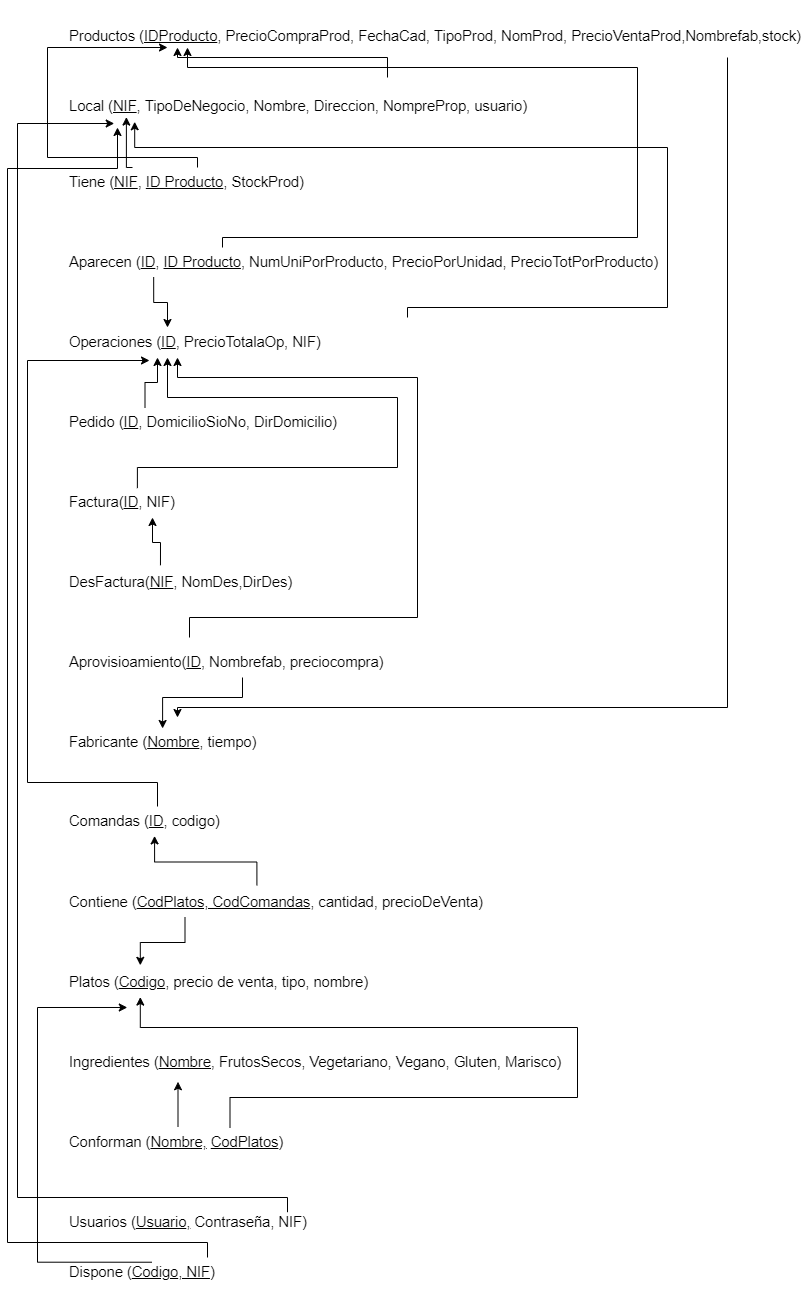
Above: tablas.png in oier-elorrieta/R3-ASIER-JONM-JONV-DDBB (draw.io), before the change. Source tidied: cells renumbered, new cells last; positions are measured from the earlier drawing's top-left corner, leaving out a move shared by most shapes.
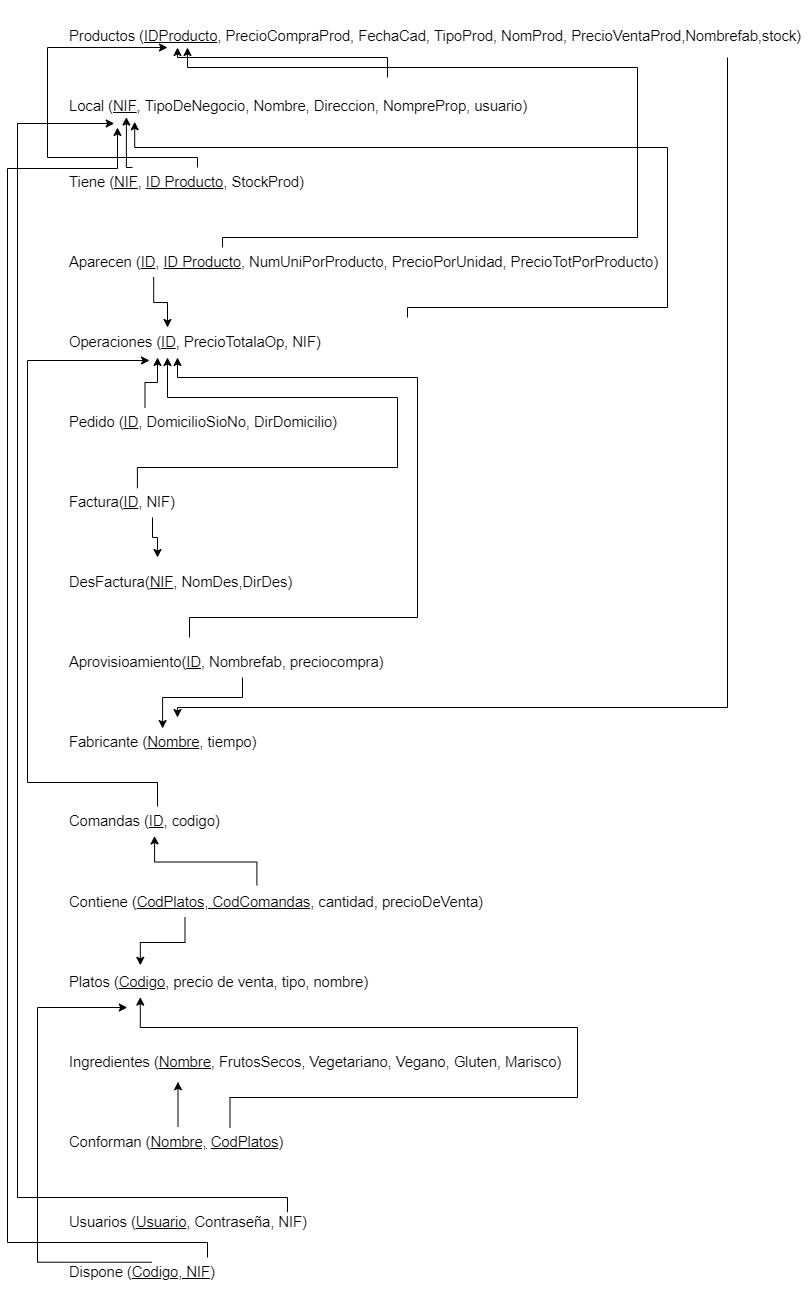
Later version of the same file.

Commit message:
ultimos cambios s2

Diff of the diagram source:
```diff
@@ -82,8 +82,10 @@
     <mxCell id="15" value="&lt;b style=&quot;font-weight: normal&quot; id=&quot;docs-internal-guid-ddbe1dc9-7fff-8814-adf1-9d277612bfec&quot;&gt;&lt;span style=&quot;font-size: 11pt ; font-family: &amp;#34;arial&amp;#34; ; color: rgb(0 , 0 , 0) ; background-color: transparent ; font-weight: 400 ; font-style: normal ; font-variant: normal ; text-decoration: none ; vertical-align: baseline&quot;&gt;Factura(&lt;/span&gt;&lt;span style=&quot;font-size: 11pt ; font-family: &amp;#34;arial&amp;#34; ; color: rgb(0 , 0 , 0) ; background-color: transparent ; font-weight: 400 ; font-style: normal ; font-variant: normal ; vertical-align: baseline&quot;&gt;&lt;u&gt;ID&lt;/u&gt;&lt;/span&gt;&lt;span style=&quot;font-size: 11pt ; font-family: &amp;#34;arial&amp;#34; ; color: rgb(0 , 0 , 0) ; background-color: transparent ; font-weight: 400 ; font-style: normal ; font-variant: normal ; text-decoration: none ; vertical-align: baseline&quot;&gt;, &lt;/span&gt;&lt;span style=&quot;font-size: 11pt ; font-family: &amp;#34;arial&amp;#34; ; color: rgb(0 , 0 , 0) ; background-color: transparent ; font-weight: 400 ; font-style: normal ; font-variant: normal ; vertical-align: baseline&quot;&gt;NIF&lt;/span&gt;&lt;span style=&quot;font-size: 11pt ; font-family: &amp;#34;arial&amp;#34; ; color: rgb(0 , 0 , 0) ; background-color: transparent ; font-weight: 400 ; font-style: normal ; font-variant: normal ; text-decoration: none ; vertical-align: baseline&quot;&gt;)&lt;/span&gt;&lt;/b&gt;" style="text;whiteSpace=wrap;html=1;" parent="1" vertex="1">
       <mxGeometry x="60" y="480" width="170" height="30" as="geometry" />
     </mxCell>
-    <mxCell id="16" style="edgeStyle=orthogonalEdgeStyle;rounded=0;jettySize=auto;html=1;exitX=0.332;exitY=-0.073;exitDx=0;exitDy=0;entryX=0.5;entryY=1;entryDx=0;entryDy=0;exitPerimeter=0;" parent="1" edge="1" source="17" target="15">
-      <mxGeometry relative="1" as="geometry" />
+    <mxCell id="16" style="edgeStyle=orthogonalEdgeStyle;rounded=0;jettySize=auto;html=1;exitX=0.5;exitY=1;exitDx=0;exitDy=0;" parent="1" edge="1" source="15">
+      <mxGeometry relative="1" as="geometry">
+        <mxPoint x="150" y="550" as="targetPoint" />
+      </mxGeometry>
     </mxCell>
     <mxCell id="17" value="&lt;b style=&quot;font-weight: normal&quot; id=&quot;docs-internal-guid-cd1f592c-7fff-bfaa-3653-a19afbb836e4&quot;&gt;&lt;span style=&quot;font-size: 11pt ; font-family: &amp;#34;arial&amp;#34; ; color: rgb(0 , 0 , 0) ; background-color: transparent ; font-weight: 400 ; font-style: normal ; font-variant: normal ; text-decoration: none ; vertical-align: baseline&quot;&gt;DesFactura(&lt;/span&gt;&lt;span style=&quot;font-size: 11pt ; font-family: &amp;#34;arial&amp;#34; ; color: rgb(0 , 0 , 0) ; background-color: transparent ; font-weight: 400 ; font-style: normal ; font-variant: normal ; vertical-align: baseline&quot;&gt;&lt;u&gt;NIF&lt;/u&gt;&lt;/span&gt;&lt;span style=&quot;font-size: 11pt ; font-family: &amp;#34;arial&amp;#34; ; color: rgb(0 , 0 , 0) ; background-color: transparent ; font-weight: 400 ; font-style: normal ; font-variant: normal ; text-decoration: none ; vertical-align: baseline&quot;&gt;, NomDes,DirDes)&lt;/span&gt;&lt;/b&gt;" style="text;whiteSpace=wrap;html=1;" parent="1" vertex="1">
       <mxGeometry x="60" y="560" width="280" height="30" as="geometry" />
```
